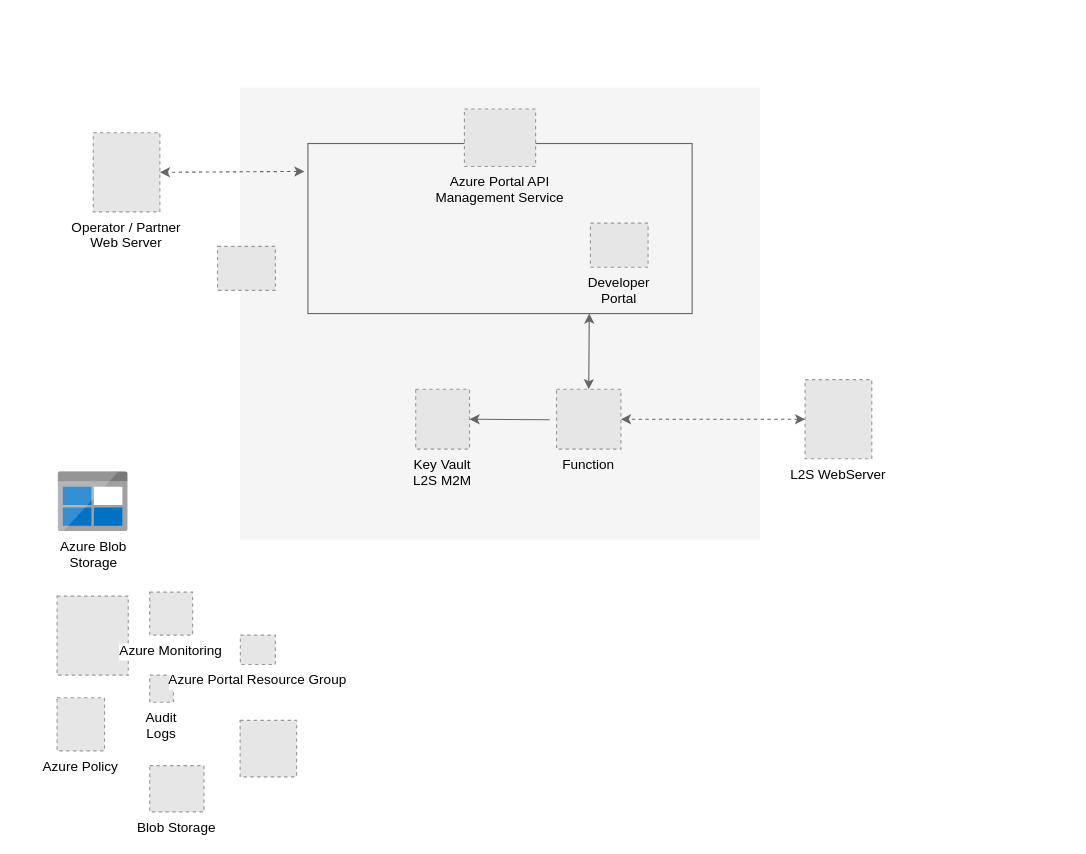
Before: CloudAzure_CashCallsAndBilling.drawio in danielfiskvik/Misc, a draw.io diagram. Source tidied: cells renumbered, new cells numbered last; positions are measured from the earlier drawing's top-left corner, leaving out a move shared by most shapes. Both pictures are drawn from the tidied source at 113%, with x=0, y=0 at pixel (56, 87). Pictures stored in the file or linked from it are replaced by grey dashed boxes.
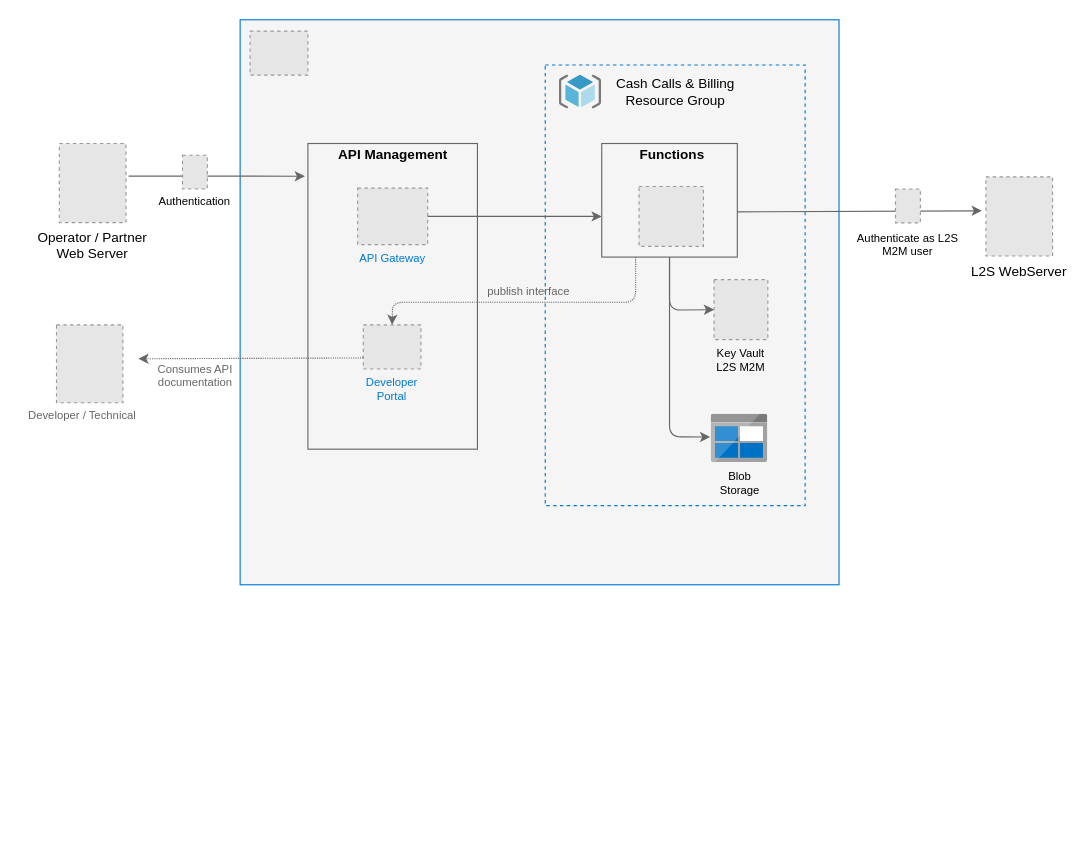
The same diagram, later.

What changed in the source:
```diff
@@
-    <mxCell id="2" style="rounded=0;whiteSpace=wrap;html=1;fillColor=#f5f5f5;fontColor=#333333;verticalAlign=top;strokeColor=none;" parent="1" vertex="1">
-      <mxGeometry x="162" width="460" height="400" as="geometry" />
+    <mxCell id="2" style="rounded=0;whiteSpace=wrap;html=1;fillColor=#f5f5f5;fontColor=#333333;verticalAlign=top;strokeColor=#0078D7;" parent="1" vertex="1">
+      <mxGeometry x="162" y="-60" width="530" height="500" as="geometry" />
     </mxCell>
-    <mxCell id="3" value="Azure Blob&lt;br&gt;Storage&lt;br&gt;" style="html=1;perimeter=none;align=center;shadow=0;dashed=0;image;fontSize=12;image=img/lib/mscae/BlobBlock.svg;labelBackgroundColor=none;" parent="1" vertex="1">
-      <mxGeometry x="1" y="340" width="62" height="53" as="geometry" />
-    </mxCell>
     <mxCell id="4" value="Operator / Partner&#10;Web Server" style="fillColor=#E6E6E6;strokeColor=#999999;dashed=1;verticalLabelPosition=bottom;labelBackgroundColor=none;verticalAlign=top;" parent="1" vertex="1">
-      <mxGeometry x="32" y="40" width="59" height="70" as="geometry" />
+      <mxGeometry x="2" y="49.5" width="59" height="70" as="geometry" />
     </mxCell>
-    <mxCell id="5" style="fillColor=#E6E6E6;strokeColor=#999999;dashed=1;verticalLabelPosition=bottom;labelBackgroundColor=#ffffff;verticalAlign=top;" parent="1" vertex="1">
-      <mxGeometry y="450" width="63" height="70" as="geometry" />
-    </mxCell>
-    <mxCell id="6" value="Function" style="fillColor=#E6E6E6;strokeColor=#999999;dashed=1;verticalLabelPosition=bottom;labelBackgroundColor=#F5f5f5;verticalAlign=top;" parent="1" vertex="1">
-      <mxGeometry x="442" y="267" width="57" height="53" as="geometry" />
-    </mxCell>
     <mxCell id="7" style="rounded=0;whiteSpace=wrap;html=1;fillColor=#f5f5f5;fontColor=#333333;strokeColor=#666666;" parent="1" vertex="1">
-      <mxGeometry x="222" y="49.5" width="340" height="150.5" as="geometry" />
+      <mxGeometry x="222" y="49.5" width="150" height="270.5" as="geometry" />
     </mxCell>
-    <mxCell id="8" value="Azure Portal API &#10;Management Service" style="fillColor=#E6E6E6;strokeColor=#999999;dashed=1;verticalLabelPosition=bottom;labelBackgroundColor=#F5F5F5;verticalAlign=top;" parent="1" vertex="1">
-      <mxGeometry x="360.5" y="19" width="63" height="50.8" as="geometry" />
+    <mxCell id="8" value="API Gateway" style="fillColor=#E6E6E6;strokeColor=#999999;dashed=1;verticalLabelPosition=bottom;labelBackgroundColor=#F5F5F5;verticalAlign=top;fontSize=10;fontColor=#0078D7;" parent="1" vertex="1">
+      <mxGeometry x="266" y="89" width="62" height="50" as="geometry" />
     </mxCell>
-    <mxCell id="9" value="Developer&#10;Portal" style="fillColor=#E6E6E6;strokeColor=#999999;dashed=1;verticalLabelPosition=bottom;labelBackgroundColor=#F5F5F5;verticalAlign=top;" parent="1" vertex="1">
-      <mxGeometry x="472" y="120" width="51" height="39" as="geometry" />
+    <mxCell id="9" value="Developer&#10;Portal" style="fillColor=#E6E6E6;strokeColor=#999999;dashed=1;verticalLabelPosition=bottom;labelBackgroundColor=#F5F5F5;verticalAlign=top;fontSize=10;fontColor=#0078D7;" parent="1" vertex="1">
+      <mxGeometry x="271" y="210" width="51" height="39" as="geometry" />
     </mxCell>
     <mxCell id="10" style="fillColor=#E6E6E6;strokeColor=#999999;dashed=1;verticalLabelPosition=bottom;labelBackgroundColor=#ffffff;verticalAlign=top;" parent="1" vertex="1">
-      <mxGeometry x="142" y="140.5" width="51.2" height="39" as="geometry" />
+      <mxGeometry x="170.8" y="-50" width="51.2" height="39" as="geometry" />
     </mxCell>
-    <mxCell id="11" value="Audit&#10;Logs" style="fillColor=#E6E6E6;strokeColor=#999999;dashed=1;verticalLabelPosition=bottom;labelBackgroundColor=#ffffff;verticalAlign=top;" parent="1" vertex="1">
-      <mxGeometry x="82" y="520" width="21" height="24" as="geometry" />
-    </mxCell>
-    <mxCell id="12" value="Blob Storage" style="fillColor=#E6E6E6;strokeColor=#999999;dashed=1;verticalLabelPosition=bottom;labelBackgroundColor=#ffffff;verticalAlign=top;" parent="1" vertex="1">
-      <mxGeometry x="82" y="600" width="48" height="41" as="geometry" />
-    </mxCell>
-    <mxCell id="13" value="Azure Monitoring" style="fillColor=#E6E6E6;strokeColor=#999999;dashed=1;verticalLabelPosition=bottom;labelBackgroundColor=#ffffff;verticalAlign=top;" parent="1" vertex="1">
-      <mxGeometry x="82" y="446.5" width="38" height="38" as="geometry" />
-    </mxCell>
-    <mxCell id="14" value="Azure Policy" style="fillColor=#E6E6E6;strokeColor=#999999;dashed=1;verticalLabelPosition=bottom;labelBackgroundColor=#ffffff;verticalAlign=top;" parent="1" vertex="1">
-      <mxGeometry y="540" width="42" height="47" as="geometry" />
-    </mxCell>
-    <mxCell id="15" value="Azure Portal Resource Group" style="fillColor=#E6E6E6;strokeColor=#999999;dashed=1;verticalLabelPosition=bottom;labelBackgroundColor=#ffffff;verticalAlign=top;" parent="1" vertex="1">
-      <mxGeometry x="162.2" y="484.5" width="31" height="26" as="geometry" />
-    </mxCell>
-    <mxCell id="16" style="fillColor=#E6E6E6;strokeColor=#999999;dashed=1;verticalLabelPosition=bottom;verticalAlign=top;labelBackgroundColor=#F5F5F5;" parent="1" vertex="1">
-      <mxGeometry x="162" y="560" width="50" height="50" as="geometry" />
-    </mxCell>
@@
-    <mxCell id="18" style="endArrow=classic;startArrow=classic;html=1;entryX=0.5;entryY=0;entryDx=0;entryDy=0;strokeColor=#666666;" parent="1" edge="1" target="6">
-      <mxGeometry relative="1" as="geometry">
-        <mxPoint x="471" y="200" as="sourcePoint" />
-      </mxGeometry>
-    </mxCell>
+    <mxCell id="22" value="L2S WebServer" style="fillColor=#E6E6E6;strokeColor=#999999;dashed=1;verticalLabelPosition=bottom;labelBackgroundColor=none;verticalAlign=top;" parent="1" vertex="1">
+      <mxGeometry x="822" y="79" width="59" height="70" as="geometry" />
+    </mxCell>
+    <mxCell id="24" value="Authentication" style="text;html=1;strokeColor=none;fillColor=none;align=center;verticalAlign=middle;whiteSpace=wrap;rounded=0;labelBackgroundColor=none;fontSize=10;" parent="1" vertex="1">
+      <mxGeometry x="82" y="89.8" width="80" height="20" as="geometry" />
+    </mxCell>
+    <mxCell id="25" value="Authenticate as L2S M2M user" style="text;html=1;strokeColor=none;fillColor=none;align=center;verticalAlign=middle;whiteSpace=wrap;rounded=0;labelBackgroundColor=none;fontSize=10;" parent="1" vertex="1">
+      <mxGeometry x="703" y="129" width="100" height="20" as="geometry" />
+    </mxCell>
+    <mxCell id="26" style="rounded=0;whiteSpace=wrap;html=1;labelBackgroundColor=none;fillColor=none;dashed=1;strokeColor=#0078D7;" parent="1" vertex="1">
+      <mxGeometry x="432" y="-20" width="230" height="390" as="geometry" />
+    </mxCell>
+    <mxCell id="27" style="html=1;align=center;image;fontSize=12;image=img/lib/mscae/ResourceGroup.svg;dashed=1;labelBackgroundColor=none;strokeColor=#007fff;fillColor=none;" parent="1" vertex="1">
+      <mxGeometry x="444.5" y="-11" width="37.5" height="30" as="geometry" />
+    </mxCell>
+    <mxCell id="28" value="Cash Calls &amp;amp; Billing&lt;br&gt;Resource Group" style="text;html=1;align=center;verticalAlign=middle;" parent="1" vertex="1">
+      <mxGeometry x="487" y="-11" width="120" height="30" as="geometry" />
+    </mxCell>
+    <mxCell id="29" value="API Management" style="text;html=1;align=center;verticalAlign=middle;fontStyle=1;" parent="1" vertex="1">
+      <mxGeometry x="241.5" y="49.5" width="110" height="20" as="geometry" />
+    </mxCell>
+    <mxCell id="30" style="rounded=0;whiteSpace=wrap;html=1;fillColor=#f5f5f5;fontColor=#333333;strokeColor=#666666;" parent="1" vertex="1">
+      <mxGeometry x="482" y="49.5" width="120" height="100.5" as="geometry" />
+    </mxCell>
+    <mxCell id="6" style="fillColor=#E6E6E6;strokeColor=#999999;dashed=1;verticalLabelPosition=bottom;labelBackgroundColor=#F5f5f5;verticalAlign=top;" parent="1" vertex="1">
+      <mxGeometry x="515" y="87.5" width="57" height="53" as="geometry" />
+    </mxCell>
-    <mxCell id="19" value="Key Vault&#10;L2S M2M" style="fillColor=#E6E6E6;strokeColor=#999999;dashed=1;verticalLabelPosition=bottom;labelBackgroundColor=#F5F5F5;verticalAlign=top;" parent="1" vertex="1">
-      <mxGeometry x="317.4" y="267" width="47.6" height="53" as="geometry" />
+    <mxCell id="19" value="Key Vault&#10;L2S M2M" style="fillColor=#E6E6E6;strokeColor=#999999;dashed=1;verticalLabelPosition=bottom;labelBackgroundColor=#F5F5F5;verticalAlign=top;fontSize=10;" parent="1" vertex="1">
+      <mxGeometry x="581.4" y="170" width="47.6" height="53" as="geometry" />
     </mxCell>
+    <mxCell id="3" value="Blob&lt;br style=&quot;font-size: 10px;&quot;&gt;Storage" style="html=1;perimeter=none;align=center;shadow=0;dashed=0;image;fontSize=10;image=img/lib/mscae/BlobBlock.svg;labelBackgroundColor=none;" parent="1" vertex="1">
+      <mxGeometry x="579" y="289.1" width="50" height="42.7" as="geometry" />
+    </mxCell>
-    <mxCell id="20" style="endArrow=classic;html=1;strokeColor=#666666;entryX=1;entryY=0.5;entryDx=0;entryDy=0;" parent="1" edge="1" target="19">
+    <mxCell id="20" style="endArrow=classic;html=1;strokeColor=#666666;entryX=0;entryY=0.5;entryDx=0;entryDy=0;" parent="1" edge="1" target="19">
       <mxGeometry relative="1" as="geometry">
-        <mxPoint x="436" y="294" as="sourcePoint" />
+        <mxPoint x="542" y="150" as="sourcePoint" />
+        <Array as="points">
+          <mxPoint x="542" y="197" />
+        </Array>
       </mxGeometry>
     </mxCell>
-    <mxCell id="21" style="endArrow=classic;startArrow=classic;html=1;dashed=1;strokeColor=#666666;entryX=1;entryY=0.5;entryDx=0;entryDy=0;exitX=-0.009;exitY=0.164;exitDx=0;exitDy=0;exitPerimeter=0;" parent="1" edge="1" source="7" target="4">
-      <mxGeometry relative="1" as="geometry" />
-    </mxCell>
-    <mxCell id="22" value="L2S WebServer" style="fillColor=#E6E6E6;strokeColor=#999999;dashed=1;verticalLabelPosition=bottom;labelBackgroundColor=none;verticalAlign=top;" parent="1" vertex="1">
-      <mxGeometry x="662" y="258.5" width="59" height="70" as="geometry" />
-    </mxCell>
-    <mxCell id="23" style="endArrow=classic;startArrow=classic;html=1;entryX=1;entryY=0.5;entryDx=0;entryDy=0;dashed=1;strokeColor=#666666;" parent="1" edge="1" source="22" target="6">
-      <mxGeometry relative="1" as="geometry" />
-    </mxCell>
+    <mxCell id="31" style="endArrow=classic;html=1;strokeColor=#666666;entryX=-0.021;entryY=0.472;entryDx=0;entryDy=0;entryPerimeter=0;" parent="1" edge="1" target="3">
+      <mxGeometry relative="1" as="geometry">
+        <mxPoint x="542" y="150" as="sourcePoint" />
+        <Array as="points">
+          <mxPoint x="542" y="309" />
+        </Array>
+      </mxGeometry>
+    </mxCell>
+    <mxCell id="32" value="&lt;font color=&quot;#000000&quot;&gt;&lt;span style=&quot;background-color: rgb(245 , 245 , 245)&quot;&gt;Functions&lt;/span&gt;&lt;/font&gt;" style="text;html=1;align=center;verticalAlign=middle;fontColor=#007FFF;fontStyle=1;" parent="1" vertex="1">
+      <mxGeometry x="508.5" y="49.5" width="70" height="20" as="geometry" />
+    </mxCell>
+    <mxCell id="33" style="endArrow=classic;html=1;strokeColor=#666666;fontColor=#007FFF;exitX=1;exitY=0.5;exitDx=0;exitDy=0;" parent="1" edge="1" source="8">
+      <mxGeometry relative="1" as="geometry">
+        <mxPoint x="482" y="114" as="targetPoint" />
+      </mxGeometry>
+    </mxCell>
+    <mxCell id="34" style="endArrow=classic;html=1;strokeColor=#666666;fontColor=#007FFF;dashed=1;dashPattern=1 1;exitX=0.25;exitY=1;exitDx=0;exitDy=0;entryX=0.5;entryY=0;entryDx=0;entryDy=0;" parent="1" edge="1" source="30" target="9">
+      <mxGeometry relative="1" as="geometry">
+        <Array as="points">
+          <mxPoint x="512" y="190" />
+          <mxPoint x="297" y="190" />
+        </Array>
+      </mxGeometry>
+    </mxCell>
+    <mxCell id="35" value="publish interface" style="text;html=1;align=center;verticalAlign=middle;fontColor=#666666;fontSize=10;" parent="1" vertex="1">
+      <mxGeometry x="372" y="170" width="90" height="20" as="geometry" />
+    </mxCell>
+    <mxCell id="36" style="fillColor=#E6E6E6;strokeColor=#999999;dashed=1;verticalLabelPosition=bottom;labelBackgroundColor=#ffffff;verticalAlign=top;fontSize=10;fontColor=#666666;" parent="1" vertex="1">
+      <mxGeometry x="-0.5" y="210" width="58.8" height="68.9" as="geometry" />
+    </mxCell>
+    <mxCell id="37" style="endArrow=classic;html=1;strokeColor=#666666;fontSize=10;fontColor=#666666;entryX=-0.018;entryY=0.107;entryDx=0;entryDy=0;entryPerimeter=0;exitX=1.04;exitY=0.412;exitDx=0;exitDy=0;exitPerimeter=0;" parent="1" edge="1" source="4" target="7">
+      <mxGeometry relative="1" as="geometry" />
+    </mxCell>
+    <mxCell id="38" style="fillColor=#E6E6E6;strokeColor=#999999;dashed=1;verticalLabelPosition=bottom;labelBackgroundColor=#ffffff;verticalAlign=top;" parent="1" vertex="1">
+      <mxGeometry x="111" y="59.9" width="22" height="29.9" as="geometry" />
+    </mxCell>
+    <mxCell id="39" value="Developer / Technical" style="text;html=1;align=center;verticalAlign=middle;fontSize=10;fontColor=#666666;" parent="1" vertex="1">
+      <mxGeometry x="-33" y="280" width="110" height="20" as="geometry" />
+    </mxCell>
+    <mxCell id="40" style="endArrow=classic;html=1;strokeColor=#666666;fontColor=#007FFF;dashed=1;dashPattern=1 1;exitX=0;exitY=0.75;exitDx=0;exitDy=0;" parent="1" edge="1" source="9">
+      <mxGeometry relative="1" as="geometry">
+        <mxPoint x="72" y="240" as="targetPoint" />
+      </mxGeometry>
+    </mxCell>
+    <mxCell id="41" value="Consumes API&lt;br&gt;documentation" style="text;html=1;align=center;verticalAlign=middle;fontSize=10;fontColor=#666666;" parent="1" vertex="1">
+      <mxGeometry x="82" y="240" width="80" height="30" as="geometry" />
+    </mxCell>
+    <mxCell id="42" style="endArrow=classic;html=1;strokeColor=#666666;fontSize=10;fontColor=#666666;entryX=-0.062;entryY=0.429;entryDx=0;entryDy=0;entryPerimeter=0;" parent="1" edge="1" target="22">
+      <mxGeometry relative="1" as="geometry">
+        <mxPoint x="602" y="110" as="sourcePoint" />
+      </mxGeometry>
+    </mxCell>
+    <mxCell id="43" style="fillColor=#E6E6E6;strokeColor=#999999;dashed=1;verticalLabelPosition=bottom;labelBackgroundColor=#ffffff;verticalAlign=top;" parent="1" vertex="1">
+      <mxGeometry x="742" y="89.8" width="22" height="29.9" as="geometry" />
+    </mxCell>
```
